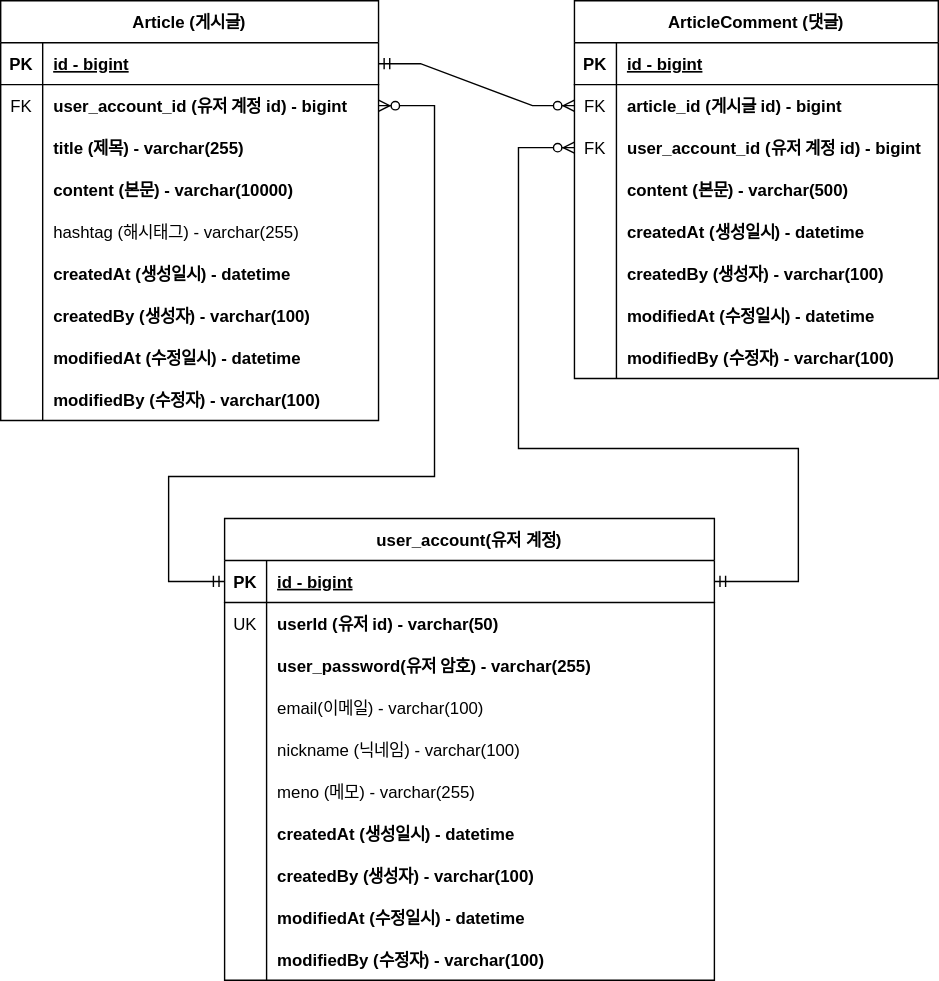
Before: document/project-board-erd.svg, a diagram exported from draw.io (dongeranguk/fastcampus-project-board). Source tidied: cells renumbered, new cells last; positions are measured from the earlier drawing's top-left corner, leaving out a move shared by most shapes.
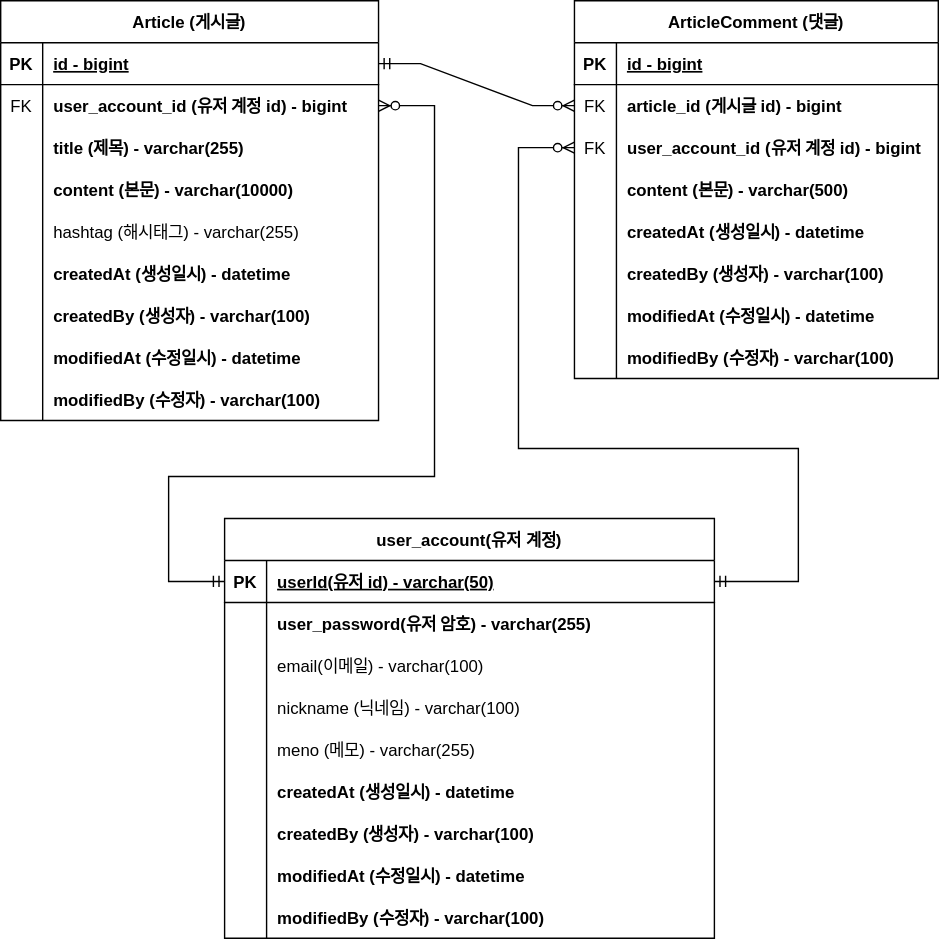
After the change.

Commit message:
#33-ERD 업데이트

Diff of the diagram source:
```diff
@@ -165,7 +165,7 @@
       <mxGeometry relative="1" as="geometry" />
     </mxCell>
     <mxCell id="56" value="user_account(유저 계정)" style="shape=table;startSize=30;rowLines=0;fontStyle=1;align=center;" parent="1" vertex="1">
-      <mxGeometry x="160" y="370" width="350" height="330" as="geometry" />
+      <mxGeometry x="160" y="370" width="350" height="300" as="geometry" />
     </mxCell>
     <mxCell id="57" style="shape=tableRow;horizontal=0;startSize=0;swimlaneHead=0;swimlaneBody=0;fillColor=none;points=[[0,0.5],[1,0.5]];portConstraint=eastwest;top=0;left=0;right=0;bottom=1;" parent="56" vertex="1">
       <mxGeometry y="30" width="350" height="30" as="geometry" />
@@ -173,20 +173,11 @@
     <mxCell id="58" value="PK" style="shape=partialRectangle;fillColor=none;top=0;left=0;bottom=0;right=0;fontStyle=1;overflow=hidden;" parent="57" vertex="1">
       <mxGeometry width="30" height="30" as="geometry" />
     </mxCell>
-    <mxCell id="59" value="id - bigint" style="shape=partialRectangle;fillColor=none;top=0;left=0;bottom=0;right=0;align=left;spacingLeft=6;fontStyle=5;overflow=hidden;" parent="57" vertex="1">
+    <mxCell id="59" value="userId(유저 id) - varchar(50)" style="shape=partialRectangle;fillColor=none;top=0;left=0;bottom=0;right=0;align=left;spacingLeft=6;fontStyle=5;overflow=hidden;" parent="57" vertex="1">
       <mxGeometry x="30" width="320" height="30" as="geometry" />
     </mxCell>
-    <mxCell id="60" style="shape=tableRow;horizontal=0;startSize=0;swimlaneHead=0;swimlaneBody=0;fillColor=none;top=0;left=0;right=0;bottom=0;" parent="56" vertex="1">
-      <mxGeometry y="60" width="350" height="30" as="geometry" />
-    </mxCell>
-    <mxCell id="61" value="UK" style="shape=partialRectangle;fillColor=none;top=0;left=0;bottom=0;right=0;overflow=hidden;" parent="60" vertex="1">
-      <mxGeometry width="30" height="30" as="geometry" />
-    </mxCell>
-    <mxCell id="62" value="userId (유저 id) - varchar(50)" style="shape=partialRectangle;fillColor=none;top=0;left=0;bottom=0;right=0;align=left;spacingLeft=6;overflow=hidden;fontStyle=1;" parent="60" vertex="1">
-      <mxGeometry x="30" width="320" height="30" as="geometry" />
-    </mxCell>
     <mxCell id="63" style="shape=tableRow;horizontal=0;startSize=0;swimlaneHead=0;swimlaneBody=0;fillColor=none;top=0;left=0;right=0;bottom=0;" parent="56" vertex="1">
-      <mxGeometry y="90" width="350" height="30" as="geometry" />
+      <mxGeometry y="60" width="350" height="30" as="geometry" />
     </mxCell>
     <mxCell id="64" style="shape=partialRectangle;fillColor=none;top=0;left=0;bottom=0;right=0;overflow=hidden;" parent="63" vertex="1">
       <mxGeometry width="30" height="30" as="geometry" />
@@ -195,7 +186,7 @@
       <mxGeometry x="30" width="320" height="30" as="geometry" />
     </mxCell>
     <mxCell id="66" style="shape=tableRow;horizontal=0;startSize=0;swimlaneHead=0;swimlaneBody=0;fillColor=none;top=0;left=0;right=0;bottom=0;" parent="56" vertex="1">
-      <mxGeometry y="120" width="350" height="30" as="geometry" />
+      <mxGeometry y="90" width="350" height="30" as="geometry" />
     </mxCell>
     <mxCell id="67" style="shape=partialRectangle;fillColor=none;top=0;left=0;bottom=0;right=0;overflow=hidden;" parent="66" vertex="1">
       <mxGeometry width="30" height="30" as="geometry" />
@@ -204,7 +195,7 @@
       <mxGeometry x="30" width="320" height="30" as="geometry" />
     </mxCell>
     <mxCell id="69" style="shape=tableRow;horizontal=0;startSize=0;swimlaneHead=0;swimlaneBody=0;fillColor=none;top=0;left=0;right=0;bottom=0;" parent="56" vertex="1">
-      <mxGeometry y="150" width="350" height="30" as="geometry" />
+      <mxGeometry y="120" width="350" height="30" as="geometry" />
     </mxCell>
     <mxCell id="70" style="shape=partialRectangle;fillColor=none;top=0;left=0;bottom=0;right=0;overflow=hidden;" parent="69" vertex="1">
       <mxGeometry width="30" height="30" as="geometry" />
@@ -213,7 +204,7 @@
       <mxGeometry x="30" width="320" height="30" as="geometry" />
     </mxCell>
     <mxCell id="72" style="shape=tableRow;horizontal=0;startSize=0;swimlaneHead=0;swimlaneBody=0;fillColor=none;top=0;left=0;right=0;bottom=0;" parent="56" vertex="1">
-      <mxGeometry y="180" width="350" height="30" as="geometry" />
+      <mxGeometry y="150" width="350" height="30" as="geometry" />
     </mxCell>
     <mxCell id="73" style="shape=partialRectangle;fillColor=none;top=0;left=0;bottom=0;right=0;overflow=hidden;" parent="72" vertex="1">
       <mxGeometry width="30" height="30" as="geometry" />
@@ -222,7 +213,7 @@
       <mxGeometry x="30" width="320" height="30" as="geometry" />
     </mxCell>
     <mxCell id="75" style="shape=tableRow;horizontal=0;startSize=0;swimlaneHead=0;swimlaneBody=0;fillColor=none;top=0;left=0;right=0;bottom=0;" parent="56" vertex="1">
-      <mxGeometry y="210" width="350" height="30" as="geometry" />
+      <mxGeometry y="180" width="350" height="30" as="geometry" />
     </mxCell>
     <mxCell id="76" style="shape=partialRectangle;fillColor=none;top=0;left=0;bottom=0;right=0;overflow=hidden;" parent="75" vertex="1">
       <mxGeometry width="30" height="30" as="geometry" />
@@ -231,7 +222,7 @@
       <mxGeometry x="30" width="320" height="30" as="geometry" />
     </mxCell>
     <mxCell id="78" style="shape=tableRow;horizontal=0;startSize=0;swimlaneHead=0;swimlaneBody=0;fillColor=none;top=0;left=0;right=0;bottom=0;" parent="56" vertex="1">
-      <mxGeometry y="240" width="350" height="30" as="geometry" />
+      <mxGeometry y="210" width="350" height="30" as="geometry" />
     </mxCell>
     <mxCell id="79" style="shape=partialRectangle;fillColor=none;top=0;left=0;bottom=0;right=0;overflow=hidden;" parent="78" vertex="1">
       <mxGeometry width="30" height="30" as="geometry" />
@@ -240,7 +231,7 @@
       <mxGeometry x="30" width="320" height="30" as="geometry" />
     </mxCell>
     <mxCell id="81" style="shape=tableRow;horizontal=0;startSize=0;swimlaneHead=0;swimlaneBody=0;fillColor=none;top=0;left=0;right=0;bottom=0;" parent="56" vertex="1">
-      <mxGeometry y="270" width="350" height="30" as="geometry" />
+      <mxGeometry y="240" width="350" height="30" as="geometry" />
     </mxCell>
     <mxCell id="82" style="shape=partialRectangle;fillColor=none;top=0;left=0;bottom=0;right=0;overflow=hidden;" parent="81" vertex="1">
       <mxGeometry width="30" height="30" as="geometry" />
@@ -249,7 +240,7 @@
       <mxGeometry x="30" width="320" height="30" as="geometry" />
     </mxCell>
     <mxCell id="84" style="shape=tableRow;horizontal=0;startSize=0;swimlaneHead=0;swimlaneBody=0;fillColor=none;top=0;left=0;right=0;bottom=0;" parent="56" vertex="1">
-      <mxGeometry y="300" width="350" height="30" as="geometry" />
+      <mxGeometry y="270" width="350" height="30" as="geometry" />
     </mxCell>
     <mxCell id="85" style="shape=partialRectangle;fillColor=none;top=0;left=0;bottom=0;right=0;overflow=hidden;" parent="84" vertex="1">
       <mxGeometry width="30" height="30" as="geometry" />
```
